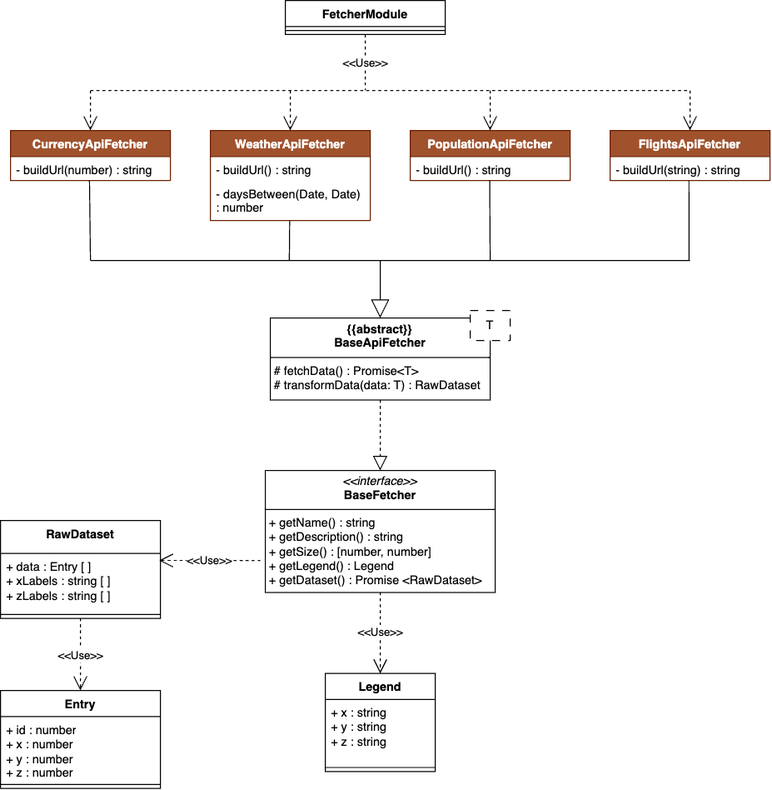
Earlier version of the draw.io export Docs/PB/Generali Esterni/specifica_tecnica/template/images/uml_back/FetcherModule.png (6BitBusters/6BitBusters.github.io). Source tidied: cells renumbered, new cells last; positions are measured from the earlier drawing's top-left corner, leaving out a move shared by most shapes.
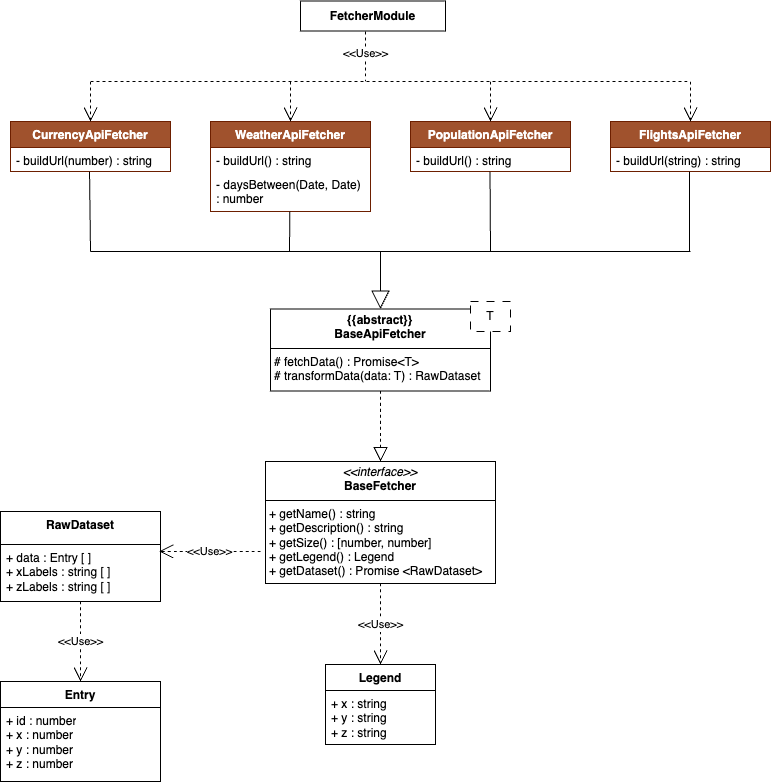
Later version of the same file.

Change to the diagram source:
```diff
@@ -20,132 +20,121 @@
       <mxGeometry x="470" y="310" width="40" height="30" as="geometry" />
     </mxCell>
     <mxCell id="7" value="Legend" style="swimlane;fontStyle=1;align=center;verticalAlign=top;horizontal=1;startSize=26;whiteSpace=wrap;html=1;" parent="1" vertex="1">
-      <mxGeometry x="325" y="673" width="110" height="98" as="geometry" />
+      <mxGeometry x="325" y="673" width="110" height="80" as="geometry" />
     </mxCell>
     <mxCell id="8" value="+ x : string&lt;div&gt;+ y : string&lt;/div&gt;&lt;div&gt;+ z : string&lt;/div&gt;" style="text;strokeColor=none;fillColor=none;align=left;verticalAlign=top;spacingLeft=4;spacingRight=4;overflow=hidden;whiteSpace=wrap;html=1;" parent="7" vertex="1">
-      <mxGeometry y="26" width="110" height="64" as="geometry" />
+      <mxGeometry y="26" width="110" height="54" as="geometry" />
     </mxCell>
-    <mxCell id="9" style="line;strokeWidth=1;fillColor=none;align=left;verticalAlign=middle;spacingTop=-1;spacingLeft=3;spacingRight=3;labelPosition=right;points=[];portConstraint=eastwest;strokeColor=inherit;" parent="7" vertex="1">
-      <mxGeometry y="90" width="110" height="8" as="geometry" />
+    <mxCell id="9" value="Entry" style="swimlane;fontStyle=1;align=center;verticalAlign=top;horizontal=1;startSize=26;whiteSpace=wrap;html=1;" parent="1" vertex="1">
+      <mxGeometry y="690" width="160" height="100" as="geometry" />
     </mxCell>
-    <mxCell id="10" value="Entry" style="swimlane;fontStyle=1;align=center;verticalAlign=top;horizontal=1;startSize=26;whiteSpace=wrap;html=1;" parent="1" vertex="1">
-      <mxGeometry y="690" width="160" height="98" as="geometry" />
+    <mxCell id="10" value="+ id : number&lt;div&gt;+ x : number&lt;/div&gt;&lt;div&gt;+ y : number&lt;/div&gt;&lt;div&gt;+ z : number&lt;/div&gt;" style="text;strokeColor=none;fillColor=none;align=left;verticalAlign=top;spacingLeft=4;spacingRight=4;overflow=hidden;points=[[0,0.5],[1,0.5]];portConstraint=eastwest;whiteSpace=wrap;html=1;" parent="9" vertex="1">
+      <mxGeometry y="26" width="160" height="74" as="geometry" />
     </mxCell>
-    <mxCell id="11" value="+ id : number&lt;div&gt;+ x : number&lt;/div&gt;&lt;div&gt;+ y : number&lt;/div&gt;&lt;div&gt;+ z : number&lt;/div&gt;" style="text;strokeColor=none;fillColor=none;align=left;verticalAlign=top;spacingLeft=4;spacingRight=4;overflow=hidden;points=[[0,0.5],[1,0.5]];portConstraint=eastwest;whiteSpace=wrap;html=1;" parent="10" vertex="1">
-      <mxGeometry y="26" width="160" height="64" as="geometry" />
+    <mxCell id="11" value="&lt;div&gt;&lt;span style=&quot;background-color: transparent; color: light-dark(rgb(0, 0, 0), rgb(255, 255, 255));&quot;&gt;RawDataset&lt;/span&gt;&lt;/div&gt;" style="swimlane;fontStyle=1;align=center;verticalAlign=top;horizontal=1;startSize=33;whiteSpace=wrap;html=1;" parent="1" vertex="1">
+      <mxGeometry y="520" width="160" height="90" as="geometry" />
     </mxCell>
-    <mxCell id="12" style="line;strokeWidth=1;fillColor=none;align=left;verticalAlign=middle;spacingTop=-1;spacingLeft=3;spacingRight=3;labelPosition=right;points=[];portConstraint=eastwest;strokeColor=inherit;" parent="10" vertex="1">
-      <mxGeometry y="90" width="160" height="8" as="geometry" />
+    <mxCell id="12" value="+ data : Entry [ ]&lt;div&gt;&lt;span style=&quot;background-color: transparent; color: light-dark(rgb(0, 0, 0), rgb(255, 255, 255));&quot;&gt;+ xLabels : string [ ]&lt;/span&gt;&lt;/div&gt;&lt;div&gt;+ zLabels : string [ ]&lt;/div&gt;" style="text;strokeColor=none;fillColor=none;align=left;verticalAlign=top;spacingLeft=4;spacingRight=4;overflow=hidden;points=[[0,0.5],[1,0.5]];portConstraint=eastwest;whiteSpace=wrap;html=1;" parent="11" vertex="1">
+      <mxGeometry y="33" width="160" height="57" as="geometry" />
     </mxCell>
-    <mxCell id="13" value="&lt;div&gt;&lt;span style=&quot;background-color: transparent; color: light-dark(rgb(0, 0, 0), rgb(255, 255, 255));&quot;&gt;RawDataset&lt;/span&gt;&lt;/div&gt;" style="swimlane;fontStyle=1;align=center;verticalAlign=top;horizontal=1;startSize=33;whiteSpace=wrap;html=1;" parent="1" vertex="1">
-      <mxGeometry y="520" width="160" height="98" as="geometry" />
+    <mxCell id="13" value="CurrencyApiFetcher" style="swimlane;fontStyle=1;align=center;verticalAlign=top;horizontal=1;startSize=26;whiteSpace=wrap;html=1;fillColor=#a0522d;strokeColor=#6D1F00;fontColor=#ffffff;" parent="1" vertex="1">
+      <mxGeometry x="10" y="130" width="160" height="50" as="geometry" />
     </mxCell>
-    <mxCell id="14" value="+ data : Entry [ ]&lt;div&gt;&lt;span style=&quot;background-color: transparent; color: light-dark(rgb(0, 0, 0), rgb(255, 255, 255));&quot;&gt;+ xLabels : string [ ]&lt;/span&gt;&lt;/div&gt;&lt;div&gt;+ zLabels : string [ ]&lt;/div&gt;" style="text;strokeColor=none;fillColor=none;align=left;verticalAlign=top;spacingLeft=4;spacingRight=4;overflow=hidden;points=[[0,0.5],[1,0.5]];portConstraint=eastwest;whiteSpace=wrap;html=1;" parent="13" vertex="1">
-      <mxGeometry y="33" width="160" height="57" as="geometry" />
+    <mxCell id="14" value="- buildUrl(number) : string&amp;nbsp;" style="text;strokeColor=none;fillColor=none;align=left;verticalAlign=top;spacingLeft=4;spacingRight=4;overflow=hidden;points=[[0,0.5],[1,0.5]];portConstraint=eastwest;whiteSpace=wrap;html=1;" parent="13" vertex="1">
+      <mxGeometry y="26" width="160" height="24" as="geometry" />
     </mxCell>
-    <mxCell id="15" style="line;strokeWidth=1;fillColor=none;align=left;verticalAlign=middle;spacingTop=-1;spacingLeft=3;spacingRight=3;labelPosition=right;points=[];portConstraint=eastwest;strokeColor=inherit;" parent="13" vertex="1">
-      <mxGeometry y="90" width="160" height="8" as="geometry" />
+    <mxCell id="15" value="WeatherApiFetcher" style="swimlane;fontStyle=1;align=center;verticalAlign=top;horizontal=1;startSize=26;whiteSpace=wrap;html=1;fillColor=#a0522d;fontColor=#ffffff;strokeColor=#6D1F00;" parent="1" vertex="1">
+      <mxGeometry x="210" y="130" width="160" height="90" as="geometry" />
     </mxCell>
-    <mxCell id="16" value="CurrencyApiFetcher" style="swimlane;fontStyle=1;align=center;verticalAlign=top;horizontal=1;startSize=26;whiteSpace=wrap;html=1;fillColor=#a0522d;strokeColor=#6D1F00;fontColor=#ffffff;" parent="1" vertex="1">
-      <mxGeometry x="10" y="130" width="160" height="50" as="geometry" />
+    <mxCell id="16" value="- buildUrl() : string&amp;nbsp;" style="text;strokeColor=none;fillColor=none;align=left;verticalAlign=top;spacingLeft=4;spacingRight=4;overflow=hidden;points=[[0,0.5],[1,0.5]];portConstraint=eastwest;whiteSpace=wrap;html=1;" parent="15" vertex="1">
+      <mxGeometry y="26" width="160" height="24" as="geometry" />
     </mxCell>
-    <mxCell id="17" value="- buildUrl(number) : string&amp;nbsp;" style="text;strokeColor=none;fillColor=none;align=left;verticalAlign=top;spacingLeft=4;spacingRight=4;overflow=hidden;points=[[0,0.5],[1,0.5]];portConstraint=eastwest;whiteSpace=wrap;html=1;" parent="16" vertex="1">
-      <mxGeometry y="26" width="160" height="24" as="geometry" />
+    <mxCell id="17" value="- daysBetween(Date, Date) : number" style="text;strokeColor=none;fillColor=none;align=left;verticalAlign=top;spacingLeft=4;spacingRight=4;overflow=hidden;points=[[0,0.5],[1,0.5]];portConstraint=eastwest;whiteSpace=wrap;html=1;" parent="15" vertex="1">
+      <mxGeometry y="50" width="160" height="40" as="geometry" />
     </mxCell>
-    <mxCell id="18" value="WeatherApiFetcher" style="swimlane;fontStyle=1;align=center;verticalAlign=top;horizontal=1;startSize=26;whiteSpace=wrap;html=1;fillColor=#a0522d;fontColor=#ffffff;strokeColor=#6D1F00;" parent="1" vertex="1">
-      <mxGeometry x="210" y="130" width="160" height="90" as="geometry" />
+    <mxCell id="18" value="PopulationApiFetcher" style="swimlane;fontStyle=1;align=center;verticalAlign=top;horizontal=1;startSize=26;whiteSpace=wrap;html=1;fillColor=#a0522d;fontColor=#ffffff;strokeColor=#6D1F00;" parent="1" vertex="1">
+      <mxGeometry x="410" y="130" width="160" height="50" as="geometry" />
     </mxCell>
     <mxCell id="19" value="- buildUrl() : string&amp;nbsp;" style="text;strokeColor=none;fillColor=none;align=left;verticalAlign=top;spacingLeft=4;spacingRight=4;overflow=hidden;points=[[0,0.5],[1,0.5]];portConstraint=eastwest;whiteSpace=wrap;html=1;" parent="18" vertex="1">
       <mxGeometry y="26" width="160" height="24" as="geometry" />
     </mxCell>
-    <mxCell id="20" value="- daysBetween(Date, Date) : number" style="text;strokeColor=none;fillColor=none;align=left;verticalAlign=top;spacingLeft=4;spacingRight=4;overflow=hidden;points=[[0,0.5],[1,0.5]];portConstraint=eastwest;whiteSpace=wrap;html=1;" parent="18" vertex="1">
-      <mxGeometry y="50" width="160" height="40" as="geometry" />
+    <mxCell id="20" value="FlightsApiFetcher" style="swimlane;fontStyle=1;align=center;verticalAlign=top;horizontal=1;startSize=26;whiteSpace=wrap;html=1;fillColor=#a0522d;fontColor=#ffffff;strokeColor=#6D1F00;" parent="1" vertex="1">
+      <mxGeometry x="610" y="130" width="160" height="50" as="geometry" />
     </mxCell>
-    <mxCell id="21" value="PopulationApiFetcher" style="swimlane;fontStyle=1;align=center;verticalAlign=top;horizontal=1;startSize=26;whiteSpace=wrap;html=1;fillColor=#a0522d;fontColor=#ffffff;strokeColor=#6D1F00;" parent="1" vertex="1">
-      <mxGeometry x="410" y="130" width="160" height="50" as="geometry" />
+    <mxCell id="21" value="- buildUrl(string) : string&amp;nbsp;" style="text;strokeColor=none;fillColor=none;align=left;verticalAlign=top;spacingLeft=4;spacingRight=4;overflow=hidden;points=[[0,0.5],[1,0.5]];portConstraint=eastwest;whiteSpace=wrap;html=1;" parent="20" vertex="1">
+      <mxGeometry y="26" width="160" height="24" as="geometry" />
     </mxCell>
-    <mxCell id="22" value="- buildUrl() : string&amp;nbsp;" style="text;strokeColor=none;fillColor=none;align=left;verticalAlign=top;spacingLeft=4;spacingRight=4;overflow=hidden;points=[[0,0.5],[1,0.5]];portConstraint=eastwest;whiteSpace=wrap;html=1;" parent="21" vertex="1">
-      <mxGeometry y="26" width="160" height="24" as="geometry" />
+    <mxCell id="22" style="endArrow=none;html=1;rounded=0;" parent="1" edge="1">
+      <mxGeometry relative="1" as="geometry">
+        <mxPoint x="90" y="260" as="sourcePoint" />
+        <mxPoint x="690" y="260" as="targetPoint" />
+      </mxGeometry>
     </mxCell>
-    <mxCell id="23" value="FlightsApiFetcher" style="swimlane;fontStyle=1;align=center;verticalAlign=top;horizontal=1;startSize=26;whiteSpace=wrap;html=1;fillColor=#a0522d;fontColor=#ffffff;strokeColor=#6D1F00;" parent="1" vertex="1">
-      <mxGeometry x="610" y="130" width="160" height="50" as="geometry" />
+    <mxCell id="23" style="endArrow=none;html=1;rounded=0;exitX=0.494;exitY=1.009;exitDx=0;exitDy=0;exitPerimeter=0;" parent="1" edge="1" source="14">
+      <mxGeometry relative="1" as="geometry">
+        <mxPoint x="90" y="260" as="targetPoint" />
+      </mxGeometry>
     </mxCell>
-    <mxCell id="24" value="- buildUrl(string) : string&amp;nbsp;" style="text;strokeColor=none;fillColor=none;align=left;verticalAlign=top;spacingLeft=4;spacingRight=4;overflow=hidden;points=[[0,0.5],[1,0.5]];portConstraint=eastwest;whiteSpace=wrap;html=1;" parent="23" vertex="1">
-      <mxGeometry y="26" width="160" height="24" as="geometry" />
+    <mxCell id="24" style="endArrow=none;html=1;rounded=0;entryX=0.496;entryY=0.998;entryDx=0;entryDy=0;entryPerimeter=0;" parent="1" edge="1" target="17">
+      <mxGeometry relative="1" as="geometry">
+        <mxPoint x="289" y="260" as="sourcePoint" />
+      </mxGeometry>
     </mxCell>
-    <mxCell id="25" style="endArrow=none;html=1;rounded=0;" parent="1" edge="1">
+    <mxCell id="25" style="endArrow=none;html=1;rounded=0;exitX=0.497;exitY=1.006;exitDx=0;exitDy=0;exitPerimeter=0;" parent="1" edge="1" source="19">
       <mxGeometry relative="1" as="geometry">
-        <mxPoint x="90" y="260" as="sourcePoint" />
-        <mxPoint x="690" y="260" as="targetPoint" />
+        <mxPoint x="490" y="260" as="targetPoint" />
       </mxGeometry>
     </mxCell>
-    <mxCell id="26" style="endArrow=none;html=1;rounded=0;exitX=0.494;exitY=1.009;exitDx=0;exitDy=0;exitPerimeter=0;" parent="1" edge="1" source="17">
+    <mxCell id="26" style="endArrow=none;html=1;rounded=0;exitX=0.493;exitY=1.009;exitDx=0;exitDy=0;exitPerimeter=0;" parent="1" edge="1" source="21">
       <mxGeometry relative="1" as="geometry">
-        <mxPoint x="90" y="260" as="targetPoint" />
+        <mxPoint x="689" y="260" as="targetPoint" />
       </mxGeometry>
     </mxCell>
-    <mxCell id="27" style="endArrow=none;html=1;rounded=0;entryX=0.496;entryY=0.998;entryDx=0;entryDy=0;entryPerimeter=0;" parent="1" edge="1" target="20">
+    <mxCell id="27" style="endArrow=none;dashed=1;html=1;rounded=0;" parent="1" edge="1">
       <mxGeometry relative="1" as="geometry">
-        <mxPoint x="289" y="260" as="sourcePoint" />
+        <mxPoint x="90" y="90" as="sourcePoint" />
+        <mxPoint x="690" y="90" as="targetPoint" />
       </mxGeometry>
     </mxCell>
-    <mxCell id="28" style="endArrow=none;html=1;rounded=0;exitX=0.497;exitY=1.006;exitDx=0;exitDy=0;exitPerimeter=0;" parent="1" edge="1" source="22">
+    <mxCell id="28" style="endArrow=open;endSize=12;dashed=1;html=1;rounded=0;entryX=0.5;entryY=0;entryDx=0;entryDy=0;" parent="1" edge="1" target="13">
       <mxGeometry relative="1" as="geometry">
-        <mxPoint x="490" y="260" as="targetPoint" />
+        <mxPoint x="90" y="90" as="sourcePoint" />
       </mxGeometry>
     </mxCell>
-    <mxCell id="29" style="endArrow=none;html=1;rounded=0;exitX=0.493;exitY=1.009;exitDx=0;exitDy=0;exitPerimeter=0;" parent="1" edge="1" source="24">
+    <mxCell id="29" style="endArrow=open;endSize=12;dashed=1;html=1;rounded=0;entryX=0.5;entryY=0;entryDx=0;entryDy=0;" parent="1" edge="1" target="15">
       <mxGeometry relative="1" as="geometry">
-        <mxPoint x="689" y="260" as="targetPoint" />
+        <mxPoint x="290" y="90" as="sourcePoint" />
       </mxGeometry>
     </mxCell>
-    <mxCell id="30" value="FetcherModule" style="swimlane;fontStyle=1;align=center;verticalAlign=top;horizontal=1;startSize=26;whiteSpace=wrap;html=1;" parent="1" vertex="1">
-      <mxGeometry x="285" width="160" height="34" as="geometry" />
+    <mxCell id="30" style="endArrow=open;endSize=12;dashed=1;html=1;rounded=0;entryX=0.5;entryY=0;entryDx=0;entryDy=0;" parent="1" edge="1" target="18">
+      <mxGeometry relative="1" as="geometry">
+        <mxPoint x="490" y="90" as="sourcePoint" />
+      </mxGeometry>
     </mxCell>
-    <mxCell id="31" style="line;strokeWidth=1;fillColor=none;align=left;verticalAlign=middle;spacingTop=-1;spacingLeft=3;spacingRight=3;labelPosition=right;strokeColor=inherit;" parent="30" vertex="1">
-      <mxGeometry y="26" width="160" height="8" as="geometry" />
+    <mxCell id="31" style="endArrow=open;endSize=12;dashed=1;html=1;rounded=0;entryX=0.5;entryY=0;entryDx=0;entryDy=0;" parent="1" edge="1" target="20">
+      <mxGeometry relative="1" as="geometry">
+        <mxPoint x="690" y="90" as="sourcePoint" />
+      </mxGeometry>
     </mxCell>
-    <mxCell id="32" style="endArrow=none;dashed=1;html=1;rounded=0;" parent="1" edge="1">
+    <mxCell id="32" value="&amp;lt;&amp;lt;Use&amp;gt;&amp;gt;" style="endArrow=none;endSize=12;dashed=1;html=1;rounded=0;startFill=0;exitX=0.5;exitY=1;exitDx=0;exitDy=0;" parent="1" edge="1">
       <mxGeometry relative="1" as="geometry">
-        <mxPoint x="90" y="90" as="sourcePoint" />
-        <mxPoint x="690" y="90" as="targetPoint" />
+        <mxPoint x="365" y="34" as="sourcePoint" />
+        <mxPoint x="365" y="90" as="targetPoint" />
       </mxGeometry>
     </mxCell>
-    <mxCell id="33" style="endArrow=open;endSize=12;dashed=1;html=1;rounded=0;entryX=0.5;entryY=0;entryDx=0;entryDy=0;" parent="1" edge="1" target="16">
-      <mxGeometry relative="1" as="geometry">
-        <mxPoint x="90" y="90" as="sourcePoint" />
-      </mxGeometry>
+    <mxCell id="33" value="&lt;span style=&quot;font-size: 11px;&quot;&gt;&amp;lt;&amp;lt;Use&amp;gt;&amp;gt;&lt;/span&gt;" style="endArrow=open;endSize=12;dashed=1;html=1;rounded=0;fontSize=12;curved=1;entryX=0.5;entryY=0;entryDx=0;entryDy=0;exitX=0.5;exitY=1;exitDx=0;exitDy=0;" parent="1" edge="1" source="4" target="7">
+      <mxGeometry relative="1" as="geometry" />
     </mxCell>
-    <mxCell id="34" style="endArrow=open;endSize=12;dashed=1;html=1;rounded=0;entryX=0.5;entryY=0;entryDx=0;entryDy=0;" parent="1" edge="1" target="18">
-      <mxGeometry relative="1" as="geometry">
-        <mxPoint x="290" y="90" as="sourcePoint" />
-      </mxGeometry>
+    <mxCell id="34" value="&lt;span style=&quot;font-size: 11px;&quot;&gt;&amp;lt;&amp;lt;Use&amp;gt;&amp;gt;&lt;/span&gt;" style="endArrow=open;endSize=12;dashed=1;html=1;rounded=0;fontSize=12;curved=1;entryX=0.5;entryY=0;entryDx=0;entryDy=0;exitX=0.5;exitY=1;exitDx=0;exitDy=0;" parent="1" edge="1" source="11" target="9">
+      <mxGeometry relative="1" as="geometry" />
     </mxCell>
-    <mxCell id="35" style="endArrow=open;endSize=12;dashed=1;html=1;rounded=0;entryX=0.5;entryY=0;entryDx=0;entryDy=0;" parent="1" edge="1" target="21">
+    <mxCell id="35" value="&lt;span style=&quot;font-size: 11px;&quot;&gt;&amp;lt;&amp;lt;Use&amp;gt;&amp;gt;&lt;/span&gt;" style="endArrow=open;endSize=12;dashed=1;html=1;rounded=0;fontSize=12;curved=1;entryX=0.992;entryY=0.121;entryDx=0;entryDy=0;entryPerimeter=0;" parent="1" edge="1" target="12">
       <mxGeometry relative="1" as="geometry">
-        <mxPoint x="490" y="90" as="sourcePoint" />
+        <mxPoint x="260" y="560" as="sourcePoint" />
       </mxGeometry>
     </mxCell>
-    <mxCell id="36" style="endArrow=open;endSize=12;dashed=1;html=1;rounded=0;entryX=0.5;entryY=0;entryDx=0;entryDy=0;" parent="1" edge="1" target="23">
-      <mxGeometry relative="1" as="geometry">
-        <mxPoint x="690" y="90" as="sourcePoint" />
-      </mxGeometry>
+    <mxCell id="36" value="&lt;span style=&quot;font-weight: 700;&quot;&gt;FetcherModule&lt;/span&gt;" style="html=1;whiteSpace=wrap;" parent="1" vertex="1">
+      <mxGeometry x="300" y="9.5" width="145" height="30" as="geometry" />
     </mxCell>
-    <mxCell id="37" value="&amp;lt;&amp;lt;Use&amp;gt;&amp;gt;" style="endArrow=none;endSize=12;dashed=1;html=1;rounded=0;startFill=0;exitX=0.5;exitY=1;exitDx=0;exitDy=0;" parent="1" edge="1" source="30">
-      <mxGeometry relative="1" as="geometry">
-        <mxPoint x="365" y="90" as="targetPoint" />
-      </mxGeometry>
-    </mxCell>
-    <mxCell id="38" value="&lt;span style=&quot;font-size: 11px;&quot;&gt;&amp;lt;&amp;lt;Use&amp;gt;&amp;gt;&lt;/span&gt;" style="endArrow=open;endSize=12;dashed=1;html=1;rounded=0;fontSize=12;curved=1;entryX=0.5;entryY=0;entryDx=0;entryDy=0;exitX=0.5;exitY=1;exitDx=0;exitDy=0;" parent="1" edge="1" source="4" target="7">
-      <mxGeometry relative="1" as="geometry" />
-    </mxCell>
-    <mxCell id="39" value="&lt;span style=&quot;font-size: 11px;&quot;&gt;&amp;lt;&amp;lt;Use&amp;gt;&amp;gt;&lt;/span&gt;" style="endArrow=open;endSize=12;dashed=1;html=1;rounded=0;fontSize=12;curved=1;entryX=0.5;entryY=0;entryDx=0;entryDy=0;exitX=0.5;exitY=1;exitDx=0;exitDy=0;" parent="1" edge="1" source="13" target="10">
-      <mxGeometry relative="1" as="geometry" />
-    </mxCell>
-    <mxCell id="40" value="&lt;span style=&quot;font-size: 11px;&quot;&gt;&amp;lt;&amp;lt;Use&amp;gt;&amp;gt;&lt;/span&gt;" style="endArrow=open;endSize=12;dashed=1;html=1;rounded=0;fontSize=12;curved=1;entryX=0.992;entryY=0.121;entryDx=0;entryDy=0;entryPerimeter=0;" parent="1" edge="1" target="14">
-      <mxGeometry relative="1" as="geometry">
-        <mxPoint x="260" y="560" as="sourcePoint" />
-      </mxGeometry>
-    </mxCell>
   </root>
 </mxGraphModel>
```
